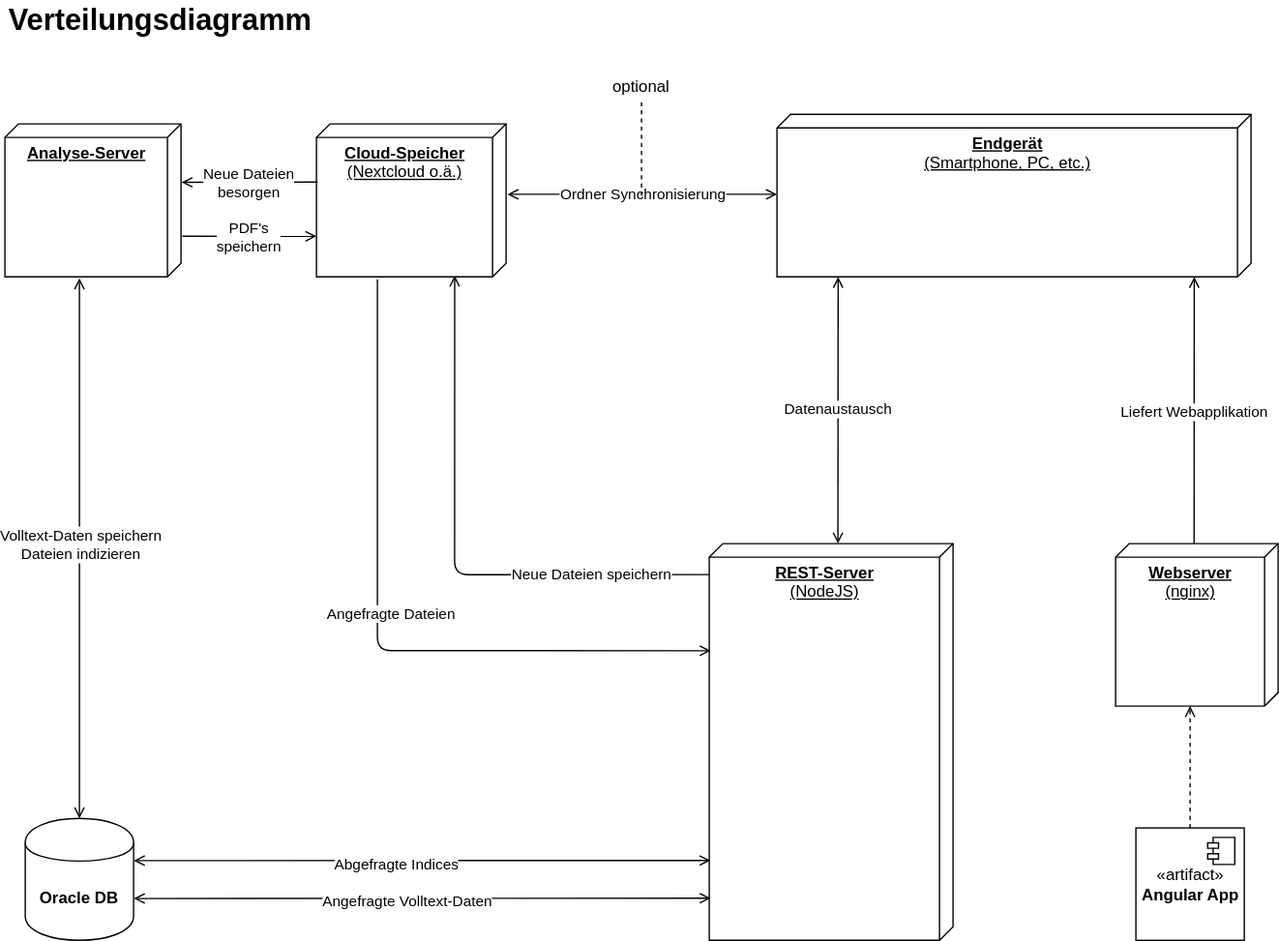
Before: docs/Dokumentation/img/doc-ver_Diagramme-Verteilungsdiagramm.svg, a diagram exported from draw.io (doc-ver/Doku). Source tidied: cells renumbered, new cells last; positions are measured from the earlier drawing's top-left corner, leaving out a move shared by most shapes.
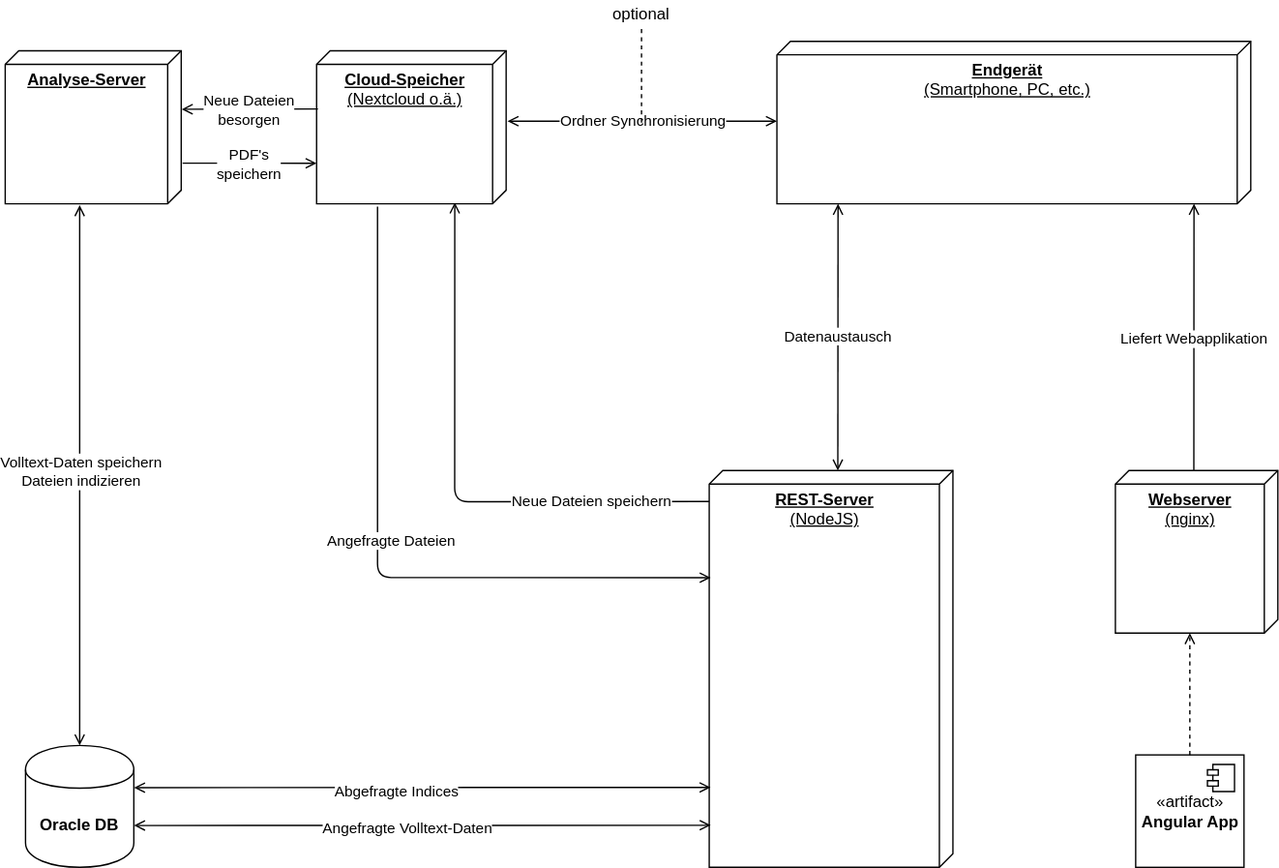
After the commit.

Diff of the diagram source:
```diff
@@ -47,7 +47,7 @@
         <mxPoint x="-32" y="3" as="offset" />
       </mxGeometry>
     </mxCell>
-    <mxCell id="14" style="endArrow=open;html=1;strokeColor=#000000;exitX=0.078;exitY=1;exitDx=0;exitDy=0;exitPerimeter=0;endFill=0;entryX=0.991;entryY=0.271;entryDx=0;entryDy=0;entryPerimeter=0;" parent="1" edge="1" source="8" target="17">
+    <mxCell id="14" style="endArrow=open;html=1;strokeColor=#000000;exitX=0.078;exitY=1;exitDx=0;exitDy=0;exitPerimeter=0;endFill=0;entryX=0.991;entryY=0.271;entryDx=0;entryDy=0;entryPerimeter=0;" parent="1" edge="1" source="8" target="16">
       <mxGeometry relative="1" as="geometry">
         <Array as="points">
           <mxPoint x="332" y="424" />
@@ -59,76 +59,73 @@
         <mxPoint x="80" y="2" as="offset" />
       </mxGeometry>
     </mxCell>
-    <mxCell id="16" value="Verteilungsdiagramm" style="text;html=1;strokeColor=none;fillColor=none;align=center;verticalAlign=middle;whiteSpace=wrap;rounded=0;fontSize=22;fontStyle=1;" parent="1" vertex="1">
-      <mxGeometry width="230" height="30" as="geometry" />
+    <mxCell id="16" value="&lt;div&gt;&lt;b&gt;Cloud-Speicher&lt;/b&gt;&lt;/div&gt;(Nextcloud o.ä.)" style="verticalAlign=top;align=center;spacingTop=8;spacingLeft=2;spacingRight=12;shape=cube;size=10;direction=south;fontStyle=4;html=1;" parent="1" vertex="1">
+      <mxGeometry x="230" y="91" width="140" height="113" as="geometry" />
     </mxCell>
-    <mxCell id="17" value="&lt;div&gt;&lt;b&gt;Cloud-Speicher&lt;/b&gt;&lt;/div&gt;(Nextcloud o.ä.)" style="verticalAlign=top;align=center;spacingTop=8;spacingLeft=2;spacingRight=12;shape=cube;size=10;direction=south;fontStyle=4;html=1;" parent="1" vertex="1">
-      <mxGeometry x="230" y="91" width="140" height="113" as="geometry" />
+    <mxCell id="17" value="Ordner Synchronisierung" style="endArrow=open;startArrow=open;html=1;strokeColor=#000000;startFill=0;endFill=0;" parent="1" edge="1">
+      <mxGeometry relative="1" as="geometry">
+        <mxPoint x="371" y="143" as="sourcePoint" />
+        <mxPoint x="570" y="143" as="targetPoint" />
+      </mxGeometry>
     </mxCell>
-    <mxCell id="18" value="Ordner Synchronisierung" style="endArrow=open;startArrow=open;html=1;strokeColor=#000000;startFill=0;endFill=0;" parent="1" edge="1">
+    <mxCell id="18" style="endArrow=none;dashed=1;html=1;" parent="1" edge="1" target="19">
       <mxGeometry relative="1" as="geometry">
-        <mxPoint x="371" y="143" as="sourcePoint" />
-        <mxPoint x="570" y="143" as="targetPoint" />
+        <mxPoint x="470" y="144" as="sourcePoint" />
       </mxGeometry>
     </mxCell>
-    <mxCell id="19" style="endArrow=none;dashed=1;html=1;" parent="1" edge="1" target="20">
-      <mxGeometry relative="1" as="geometry">
-        <mxPoint x="470" y="144" as="sourcePoint" />
-      </mxGeometry>
+    <mxCell id="19" value="optional" style="text;html=1;strokeColor=none;fillColor=none;align=center;verticalAlign=middle;whiteSpace=wrap;rounded=0;" parent="1" vertex="1">
+      <mxGeometry x="450" y="54" width="40" height="20" as="geometry" />
     </mxCell>
-    <mxCell id="20" value="optional" style="text;html=1;strokeColor=none;fillColor=none;align=center;verticalAlign=middle;whiteSpace=wrap;rounded=0;" parent="1" vertex="1">
-      <mxGeometry x="450" y="54" width="40" height="20" as="geometry" />
+    <mxCell id="20" style="endArrow=open;html=1;strokeColor=#000000;endFill=0;entryX=1.002;entryY=0.346;entryDx=0;entryDy=0;entryPerimeter=0;startArrow=open;startFill=0;" parent="1" edge="1" target="11">
+      <mxGeometry relative="1" as="geometry">
+        <mxPoint x="521" y="635" as="sourcePoint" />
+      </mxGeometry>
     </mxCell>
-    <mxCell id="21" style="endArrow=open;html=1;strokeColor=#000000;endFill=0;entryX=1.002;entryY=0.346;entryDx=0;entryDy=0;entryPerimeter=0;startArrow=open;startFill=0;" parent="1" edge="1" target="11">
-      <mxGeometry relative="1" as="geometry">
-        <mxPoint x="521" y="635" as="sourcePoint" />
-      </mxGeometry>
+    <mxCell id="21" value="Abgefragte Indices" style="edgeLabel;html=1;align=center;verticalAlign=middle;" parent="20" vertex="1">
+      <mxGeometry x="0.09" y="2" relative="1" as="geometry" />
     </mxCell>
-    <mxCell id="22" value="Abgefragte Indices" style="edgeLabel;html=1;align=center;verticalAlign=middle;" parent="21" vertex="1">
-      <mxGeometry x="0.09" y="2" relative="1" as="geometry" />
+    <mxCell id="22" style="endArrow=open;html=1;strokeColor=#000000;endFill=0;entryX=0.735;entryY=1;entryDx=0;entryDy=0;entryPerimeter=0;" parent="1" edge="1" target="16">
+      <mxGeometry relative="1" as="geometry">
+        <mxPoint x="131" y="174" as="sourcePoint" />
+      </mxGeometry>
     </mxCell>
-    <mxCell id="23" style="endArrow=open;html=1;strokeColor=#000000;endFill=0;entryX=0.735;entryY=1;entryDx=0;entryDy=0;entryPerimeter=0;" parent="1" edge="1" target="17">
-      <mxGeometry relative="1" as="geometry">
-        <mxPoint x="131" y="174" as="sourcePoint" />
+    <mxCell id="23" value="PDF's&lt;br&gt;speichern" style="edgeLabel;html=1;align=center;verticalAlign=middle;" parent="22" vertex="1">
+      <mxGeometry x="0.09" y="2" relative="1" as="geometry">
+        <mxPoint x="-5.3" y="2" as="offset" />
       </mxGeometry>
     </mxCell>
-    <mxCell id="24" value="PDF's&lt;br&gt;speichern" style="edgeLabel;html=1;align=center;verticalAlign=middle;" parent="23" vertex="1">
-      <mxGeometry x="0.09" y="2" relative="1" as="geometry">
-        <mxPoint x="-5.3" y="2" as="offset" />
+    <mxCell id="24" style="endArrow=open;html=1;strokeColor=#000000;endFill=0;entryX=0.382;entryY=-0.003;entryDx=0;entryDy=0;entryPerimeter=0;" parent="1" edge="1" target="9">
+      <mxGeometry relative="1" as="geometry">
+        <mxPoint x="231" y="134" as="sourcePoint" />
       </mxGeometry>
     </mxCell>
-    <mxCell id="25" style="endArrow=open;html=1;strokeColor=#000000;endFill=0;entryX=0.382;entryY=-0.003;entryDx=0;entryDy=0;entryPerimeter=0;" parent="1" edge="1" target="9">
-      <mxGeometry relative="1" as="geometry">
-        <mxPoint x="231" y="134" as="sourcePoint" />
+    <mxCell id="25" value="Neue Dateien&lt;br&gt;besorgen" style="edgeLabel;html=1;align=center;verticalAlign=middle;" parent="24" vertex="1">
+      <mxGeometry x="0.09" y="2" relative="1" as="geometry">
+        <mxPoint x="3.9" y="-2.1" as="offset" />
       </mxGeometry>
     </mxCell>
-    <mxCell id="26" value="Neue Dateien&lt;br&gt;besorgen" style="edgeLabel;html=1;align=center;verticalAlign=middle;" parent="25" vertex="1">
-      <mxGeometry x="0.09" y="2" relative="1" as="geometry">
-        <mxPoint x="3.9" y="-2.1" as="offset" />
+    <mxCell id="26" style="endArrow=open;html=1;strokeColor=#000000;endFill=0;entryX=0.5;entryY=0;entryDx=0;entryDy=0;startArrow=open;startFill=0;" parent="1" edge="1" target="11">
+      <mxGeometry relative="1" as="geometry">
+        <mxPoint x="55" y="205" as="sourcePoint" />
       </mxGeometry>
     </mxCell>
-    <mxCell id="27" style="endArrow=open;html=1;strokeColor=#000000;endFill=0;entryX=0.5;entryY=0;entryDx=0;entryDy=0;startArrow=open;startFill=0;" parent="1" edge="1" target="11">
-      <mxGeometry relative="1" as="geometry">
-        <mxPoint x="55" y="205" as="sourcePoint" />
+    <mxCell id="27" value="&lt;div&gt;Volltext-Daten speichern&lt;/div&gt;Dateien indizieren" style="edgeLabel;html=1;align=center;verticalAlign=middle;" parent="26" vertex="1">
+      <mxGeometry x="0.09" y="2" relative="1" as="geometry">
+        <mxPoint x="-2" y="-22" as="offset" />
       </mxGeometry>
     </mxCell>
-    <mxCell id="28" value="&lt;div&gt;Volltext-Daten speichern&lt;/div&gt;Dateien indizieren" style="edgeLabel;html=1;align=center;verticalAlign=middle;" parent="27" vertex="1">
-      <mxGeometry x="0.09" y="2" relative="1" as="geometry">
-        <mxPoint x="-2" y="-22" as="offset" />
+    <mxCell id="28" style="endArrow=open;html=1;strokeColor=#000000;endFill=0;entryX=0.27;entryY=0.994;entryDx=0;entryDy=0;entryPerimeter=0;" parent="1" edge="1" target="8">
+      <mxGeometry relative="1" as="geometry">
+        <mxPoint x="275" y="206" as="sourcePoint" />
+        <Array as="points">
+          <mxPoint x="275" y="480" />
+        </Array>
       </mxGeometry>
     </mxCell>
-    <mxCell id="29" style="endArrow=open;html=1;strokeColor=#000000;endFill=0;entryX=0.27;entryY=0.994;entryDx=0;entryDy=0;entryPerimeter=0;" parent="1" edge="1" target="8">
-      <mxGeometry relative="1" as="geometry">
-        <mxPoint x="275" y="206" as="sourcePoint" />
-        <Array as="points">
-          <mxPoint x="275" y="480" />
-        </Array>
+    <mxCell id="29" value="Angefragte Dateien" style="edgeLabel;html=1;align=center;verticalAlign=middle;" parent="28" vertex="1">
+      <mxGeometry x="0.09" y="2" relative="1" as="geometry">
+        <mxPoint x="-2" y="-25.8" as="offset" />
       </mxGeometry>
     </mxCell>
-    <mxCell id="30" value="Angefragte Dateien" style="edgeLabel;html=1;align=center;verticalAlign=middle;" parent="29" vertex="1">
-      <mxGeometry x="0.09" y="2" relative="1" as="geometry">
-        <mxPoint x="-2" y="-25.8" as="offset" />
-      </mxGeometry>
-    </mxCell>
   </root>
 </mxGraphModel>
```
